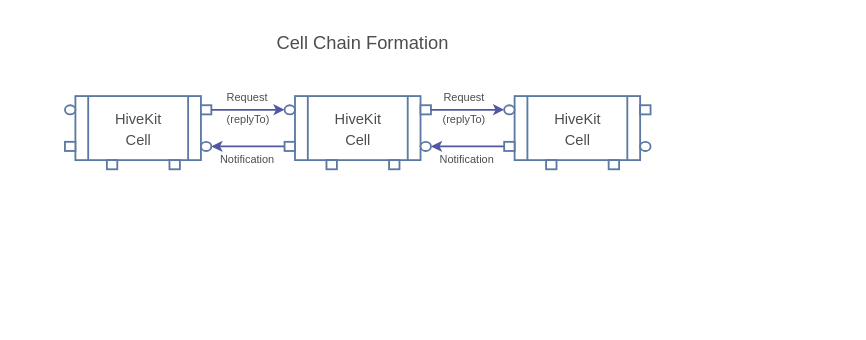
Earlier version of the draw.io diagram page "chain-formation" (3 of 9) of docs/hivekit.drawio (hiveot/hivekit). Source tidied: cells renumbered, new cells numbered last; positions are measured from the earlier drawing's top-left corner, leaving out a move shared by most shapes. Both pictures are drawn from the tidied source at 183%, with x=0, y=0 at pixel (64, 33).
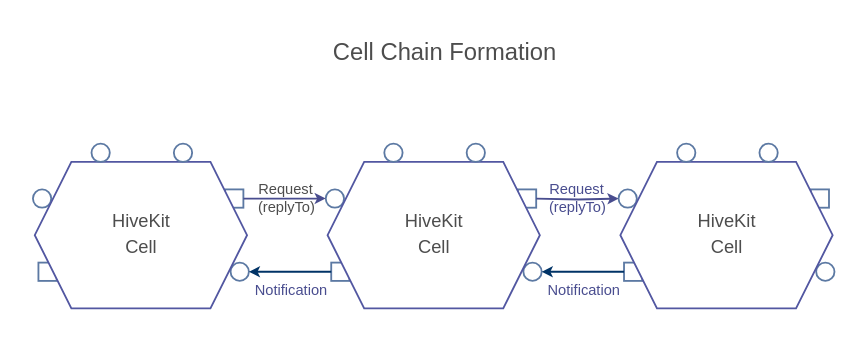
The same page after the edit.

The edit, as a diff of the source:
```diff
@@
-    <mxCell id="2" value="Notification" style="text;html=1;align=center;verticalAlign=middle;whiteSpace=wrap;rounded=0;fontSize=6;fontColor=#4D4D4D;" parent="1" vertex="1">
-      <mxGeometry x="75" y="64" width="50" height="10" as="geometry" />
-    </mxCell>
-    <mxCell id="3" value="Request" style="text;html=1;align=center;verticalAlign=middle;whiteSpace=wrap;rounded=0;fontSize=6;fontColor=#4D4D4D;" parent="1" vertex="1">
-      <mxGeometry x="75" y="30" width="50" height="10" as="geometry" />
-    </mxCell>
-    <mxCell id="4" value="Notification" style="text;html=1;align=center;verticalAlign=middle;whiteSpace=wrap;rounded=0;fontSize=6;fontColor=#4D4D4D;" parent="1" vertex="1">
-      <mxGeometry x="195" y="64" width="50" height="10" as="geometry" />
-    </mxCell>
-    <mxCell id="5" value="Request" style="text;html=1;align=center;verticalAlign=middle;whiteSpace=wrap;rounded=0;fontSize=6;fontColor=#4D4D4D;" parent="1" vertex="1">
-      <mxGeometry x="204.5" y="30" width="27" height="10" as="geometry" />
-    </mxCell>
-    <mxCell id="6" value="Cell Chain Formation" style="text;html=1;align=right;verticalAlign=middle;whiteSpace=wrap;rounded=0;fontSize=10;fontColor=#4D4D4D;" parent="1" vertex="1">
-      <mxGeometry x="108.2" width="103.5" height="10" as="geometry" />
+    <mxCell id="6" value="Cell Chain Formation" style="text;html=1;align=right;verticalAlign=middle;whiteSpace=wrap;rounded=0;fontSize=13;fontColor=#4D4D4D;" parent="1" vertex="1">
+      <mxGeometry x="108.2" width="162.8" height="20" as="geometry" />
     </mxCell>
-    <mxCell id="7" value="(replyTo)" style="text;html=1;align=center;verticalAlign=middle;whiteSpace=wrap;rounded=0;fontSize=6;fontColor=#4D4D4D;" parent="1" vertex="1">
-      <mxGeometry x="204.5" y="42" width="27" height="10" as="geometry" />
-    </mxCell>
-    <mxCell id="8" value="(replyTo)" style="text;html=1;align=center;verticalAlign=middle;whiteSpace=wrap;rounded=0;fontSize=6;fontColor=#4D4D4D;" parent="1" vertex="1">
-      <mxGeometry x="86.5" y="42" width="27" height="10" as="geometry" />
-    </mxCell>
-    <mxCell id="9" style="group;" parent="1" vertex="1">
-      <mxGeometry x="240" y="34" width="80" height="40" as="geometry" />
-    </mxCell>
-    <mxCell id="10" value="&lt;font style=&quot;font-size: 8px;&quot;&gt;HiveKit&lt;/font&gt;&lt;div&gt;&lt;span style=&quot;font-size: 8px;&quot;&gt;Cell&lt;/span&gt;&lt;/div&gt;" style="shape=process;whiteSpace=wrap;html=1;backgroundOutline=1;strokeColor=#5C79A3;fontSize=9;fontColor=#4D4D4D;" parent="9" vertex="1">
-      <mxGeometry x="5.7" width="68.6" height="35" as="geometry" />
-    </mxCell>
-    <mxCell id="11" style="html=1;rounded=0;strokeColor=#5C79A3;" parent="9" vertex="1">
-      <mxGeometry x="74.3" y="5" width="5.7" height="5" as="geometry" />
-    </mxCell>
-    <mxCell id="12" style="edgeStyle=orthogonalEdgeStyle;rounded=0;jettySize=auto;html=1;startSize=3;endSize=3;strokeColor=#5257A1;" parent="9" edge="1" source="13">
-      <mxGeometry relative="1" as="geometry">
-        <mxPoint x="-40" y="27.5" as="targetPoint" />
-      </mxGeometry>
-    </mxCell>
-    <mxCell id="13" style="html=1;rounded=0;rotation=-180;strokeColor=#5C79A3;" parent="9" vertex="1">
-      <mxGeometry y="25" width="5.7" height="5" as="geometry" />
-    </mxCell>
-    <mxCell id="14" style="html=1;rounded=0;rotation=-180;strokeColor=#5C79A3;" parent="9" vertex="1">
-      <mxGeometry x="22.9" y="35" width="5.7" height="5" as="geometry" />
-    </mxCell>
-    <mxCell id="15" style="html=1;rounded=0;rotation=-180;strokeColor=#5C79A3;" parent="9" vertex="1">
-      <mxGeometry x="57.1" y="35" width="5.7" height="5" as="geometry" />
-    </mxCell>
-    <mxCell id="16" style="ellipse;whiteSpace=wrap;html=1;strokeColor=#5C79A3;" parent="9" vertex="1">
-      <mxGeometry y="5" width="5.7" height="5" as="geometry" />
-    </mxCell>
-    <mxCell id="17" style="ellipse;whiteSpace=wrap;html=1;strokeColor=#5C79A3;" parent="9" vertex="1">
-      <mxGeometry x="74.3" y="25" width="5.7" height="5" as="geometry" />
-    </mxCell>
-    <mxCell id="18" style="group;" parent="1" vertex="1">
-      <mxGeometry x="120" y="34" width="80" height="40" as="geometry" />
-    </mxCell>
-    <mxCell id="19" value="&lt;font style=&quot;font-size: 8px;&quot;&gt;HiveKit&lt;/font&gt;&lt;div&gt;&lt;span style=&quot;font-size: 8px;&quot;&gt;Cell&lt;/span&gt;&lt;/div&gt;" style="shape=process;whiteSpace=wrap;html=1;backgroundOutline=1;strokeColor=#5C79A3;fontSize=9;fontColor=#4D4D4D;" parent="18" vertex="1">
-      <mxGeometry x="5.7" width="68.6" height="35" as="geometry" />
-    </mxCell>
-    <mxCell id="20" style="html=1;rounded=0;strokeColor=#5C79A3;" parent="18" vertex="1">
-      <mxGeometry x="74.3" y="5" width="5.7" height="5" as="geometry" />
-    </mxCell>
-    <mxCell id="21" style="edgeStyle=orthogonalEdgeStyle;rounded=0;jettySize=auto;html=1;endSize=3;startSize=3;strokeColor=#5257A1;" parent="18" edge="1" source="22">
-      <mxGeometry relative="1" as="geometry">
-        <mxPoint x="-40" y="27.5" as="targetPoint" />
-      </mxGeometry>
-    </mxCell>
-    <mxCell id="22" style="html=1;rounded=0;rotation=-180;strokeColor=#5C79A3;" parent="18" vertex="1">
-      <mxGeometry y="25" width="5.7" height="5" as="geometry" />
-    </mxCell>
-    <mxCell id="23" style="html=1;rounded=0;rotation=-180;strokeColor=#5C79A3;" parent="18" vertex="1">
-      <mxGeometry x="22.9" y="35" width="5.7" height="5" as="geometry" />
-    </mxCell>
-    <mxCell id="24" style="html=1;rounded=0;rotation=-180;strokeColor=#5C79A3;" parent="18" vertex="1">
-      <mxGeometry x="57.1" y="35" width="5.7" height="5" as="geometry" />
-    </mxCell>
-    <mxCell id="25" style="ellipse;whiteSpace=wrap;html=1;strokeColor=#5C79A3;" parent="18" vertex="1">
-      <mxGeometry y="5" width="5.7" height="5" as="geometry" />
-    </mxCell>
-    <mxCell id="26" style="ellipse;whiteSpace=wrap;html=1;strokeColor=#5C79A3;" parent="18" vertex="1">
-      <mxGeometry x="74.3" y="25" width="5.7" height="5" as="geometry" />
-    </mxCell>
-    <mxCell id="27" style="edgeStyle=orthogonalEdgeStyle;rounded=0;jettySize=auto;html=1;entryX=0;entryY=0.5;entryDx=0;entryDy=0;fontSize=10;endSize=3;strokeColor=#5257A1;" parent="1" edge="1" source="20" target="16">
-      <mxGeometry relative="1" as="geometry" />
-    </mxCell>
-    <mxCell id="28" style="group;" parent="1" vertex="1">
-      <mxGeometry y="34" width="80" height="40" as="geometry" />
-    </mxCell>
-    <mxCell id="29" value="&lt;font style=&quot;font-size: 8px;&quot;&gt;HiveKit&lt;/font&gt;&lt;div&gt;&lt;div&gt;&lt;font style=&quot;font-size: 8px;&quot;&gt;Cell&lt;/font&gt;&lt;/div&gt;&lt;/div&gt;" style="shape=process;whiteSpace=wrap;html=1;backgroundOutline=1;strokeColor=#5C79A3;fontSize=9;fontColor=#4D4D4D;" parent="28" vertex="1">
-      <mxGeometry x="5.7" width="68.6" height="35" as="geometry" />
-    </mxCell>
-    <mxCell id="30" style="html=1;rounded=0;strokeColor=#5C79A3;" parent="28" vertex="1">
-      <mxGeometry x="74.3" y="5" width="5.7" height="5" as="geometry" />
-    </mxCell>
-    <mxCell id="31" style="html=1;rounded=0;rotation=-180;strokeColor=#5C79A3;" parent="28" vertex="1">
-      <mxGeometry y="25" width="5.7" height="5" as="geometry" />
-    </mxCell>
-    <mxCell id="32" style="html=1;rounded=0;rotation=-180;strokeColor=#5C79A3;" parent="28" vertex="1">
-      <mxGeometry x="22.9" y="35" width="5.7" height="5" as="geometry" />
-    </mxCell>
-    <mxCell id="33" style="html=1;rounded=0;rotation=-180;strokeColor=#5C79A3;" parent="28" vertex="1">
-      <mxGeometry x="57.1" y="35" width="5.7" height="5" as="geometry" />
-    </mxCell>
-    <mxCell id="34" style="ellipse;whiteSpace=wrap;html=1;strokeColor=#5C79A3;" parent="28" vertex="1">
-      <mxGeometry y="5" width="5.7" height="5" as="geometry" />
-    </mxCell>
-    <mxCell id="35" style="ellipse;whiteSpace=wrap;html=1;strokeColor=#5C79A3;" parent="28" vertex="1">
-      <mxGeometry x="74.3" y="25" width="5.7" height="5" as="geometry" />
-    </mxCell>
-    <mxCell id="36" style="edgeStyle=orthogonalEdgeStyle;rounded=0;jettySize=auto;html=1;entryX=0;entryY=0.5;entryDx=0;entryDy=0;endSize=3;startSize=3;strokeColor=#5257A1;" parent="1" edge="1" source="30" target="25">
-      <mxGeometry relative="1" as="geometry" />
-    </mxCell>
+    <mxCell id="37" style="group;" parent="1" vertex="1">
+      <mxGeometry x="-17.5" y="60" width="118" height="90" as="geometry" />
+    </mxCell>
+    <mxCell id="38" style="html=1;rounded=0;rotation=-180;strokeColor=#5C79A3;" parent="37" vertex="1">
+      <mxGeometry x="3" y="65" width="10" height="10" as="geometry" />
+    </mxCell>
+    <mxCell id="39" style="ellipse;whiteSpace=wrap;html=1;strokeColor=#5C79A3;" parent="37" vertex="1">
+      <mxGeometry y="25" width="10" height="10" as="geometry" />
+    </mxCell>
+    <mxCell id="40" style="html=1;rounded=0;strokeColor=#5C79A3;" parent="37" vertex="1">
+      <mxGeometry x="105" y="25" width="10" height="10" as="geometry" />
+    </mxCell>
+    <mxCell id="41" style="ellipse;whiteSpace=wrap;html=1;strokeColor=#5C79A3;" parent="37" vertex="1">
+      <mxGeometry x="108" y="65" width="10" height="10" as="geometry" />
+    </mxCell>
+    <mxCell id="42" value="&lt;font style=&quot;color: rgb(77, 77, 77); font-size: 10px;&quot;&gt;HiveKit&lt;/font&gt;&lt;div style=&quot;font-size: 12px;&quot;&gt;&lt;font style=&quot;color: rgb(77, 77, 77); font-size: 10px;&quot;&gt;Cell&lt;/font&gt;&lt;/div&gt;" style="shape=hexagon;perimeter=hexagonPerimeter2;whiteSpace=wrap;html=1;fixedSize=1;rounded=0;glass=0;comic=0;strokeColor=#5257A1;fontSize=6;movableLabel=1;" parent="37" vertex="1">
+      <mxGeometry x="1" y="10" width="116" height="80" as="geometry" />
+    </mxCell>
+    <mxCell id="43" style="ellipse;whiteSpace=wrap;html=1;strokeColor=#5C79A3;" parent="37" vertex="1">
+      <mxGeometry x="32" width="10" height="10" as="geometry" />
+    </mxCell>
+    <mxCell id="44" style="ellipse;whiteSpace=wrap;html=1;strokeColor=#5C79A3;" parent="37" vertex="1">
+      <mxGeometry x="77" width="10" height="10" as="geometry" />
+    </mxCell>
+    <mxCell id="45" style="group;" parent="1" vertex="1">
+      <mxGeometry x="142.5" y="60" width="118" height="90" as="geometry" />
+    </mxCell>
+    <mxCell id="46" style="html=1;rounded=0;rotation=-180;strokeColor=#5C79A3;" parent="45" vertex="1">
+      <mxGeometry x="3" y="65" width="10" height="10" as="geometry" />
+    </mxCell>
+    <mxCell id="47" style="ellipse;whiteSpace=wrap;html=1;strokeColor=#5C79A3;" parent="45" vertex="1">
+      <mxGeometry y="25" width="10" height="10" as="geometry" />
+    </mxCell>
+    <mxCell id="48" style="html=1;rounded=0;strokeColor=#5C79A3;" parent="45" vertex="1">
+      <mxGeometry x="105" y="25" width="10" height="10" as="geometry" />
+    </mxCell>
+    <mxCell id="49" style="ellipse;whiteSpace=wrap;html=1;strokeColor=#5C79A3;" parent="45" vertex="1">
+      <mxGeometry x="108" y="65" width="10" height="10" as="geometry" />
+    </mxCell>
+    <mxCell id="50" value="&lt;font style=&quot;color: rgb(77, 77, 77); font-size: 10px;&quot;&gt;HiveKit&lt;/font&gt;&lt;div style=&quot;font-size: 12px;&quot;&gt;&lt;font style=&quot;color: rgb(77, 77, 77); font-size: 10px;&quot;&gt;Cell&lt;/font&gt;&lt;/div&gt;" style="shape=hexagon;perimeter=hexagonPerimeter2;whiteSpace=wrap;html=1;fixedSize=1;rounded=0;glass=0;comic=0;strokeColor=#5257A1;fontSize=6;movableLabel=1;" parent="45" vertex="1">
+      <mxGeometry x="1" y="10" width="116" height="80" as="geometry" />
+    </mxCell>
+    <mxCell id="51" style="ellipse;whiteSpace=wrap;html=1;strokeColor=#5C79A3;" parent="45" vertex="1">
+      <mxGeometry x="32" width="10" height="10" as="geometry" />
+    </mxCell>
+    <mxCell id="52" style="ellipse;whiteSpace=wrap;html=1;strokeColor=#5C79A3;" parent="45" vertex="1">
+      <mxGeometry x="77" width="10" height="10" as="geometry" />
+    </mxCell>
+    <mxCell id="53" style="edgeStyle=orthogonalEdgeStyle;rounded=0;jettySize=auto;html=1;entryX=0;entryY=0.5;entryDx=0;entryDy=0;fontColor=#3785A1;strokeColor=#494D8F;endSize=3;startSize=3;" parent="1" edge="1" source="40" target="47">
+      <mxGeometry relative="1" as="geometry" />
+    </mxCell>
+    <mxCell id="54" style="edgeStyle=orthogonalEdgeStyle;rounded=0;jettySize=auto;html=1;strokeColor=#003366;endSize=3;startSize=3;entryX=1;entryY=0.5;entryDx=0;entryDy=0;" parent="1" edge="1" source="46" target="41">
+      <mxGeometry relative="1" as="geometry" />
+    </mxCell>
+    <mxCell id="55" value="Request" style="text;html=1;align=center;verticalAlign=middle;whiteSpace=wrap;rounded=0;fontSize=8;fontColor=#4D4D4D;" parent="1" vertex="1">
+      <mxGeometry x="95.5" y="80" width="50" height="10" as="geometry" />
+    </mxCell>
+    <mxCell id="56" value="(replyTo)" style="text;html=1;align=center;verticalAlign=middle;whiteSpace=wrap;rounded=0;fontSize=8;fontColor=#4D4D4D;" parent="1" vertex="1">
+      <mxGeometry x="108.2" y="90" width="27" height="10" as="geometry" />
+    </mxCell>
+    <mxCell id="57" value="Notification" style="text;html=1;align=center;verticalAlign=middle;whiteSpace=wrap;rounded=0;fontSize=8;fontColor=#494D8F;" parent="1" vertex="1">
+      <mxGeometry x="98.5" y="135" width="50" height="10" as="geometry" />
+    </mxCell>
+    <mxCell id="58" style="group;" parent="1" vertex="1">
+      <mxGeometry x="302.5" y="60" width="118" height="90" as="geometry" />
+    </mxCell>
+    <mxCell id="59" style="html=1;rounded=0;rotation=-180;strokeColor=#5C79A3;" parent="58" vertex="1">
+      <mxGeometry x="3" y="65" width="10" height="10" as="geometry" />
+    </mxCell>
+    <mxCell id="60" style="ellipse;whiteSpace=wrap;html=1;strokeColor=#5C79A3;" parent="58" vertex="1">
+      <mxGeometry y="25" width="10" height="10" as="geometry" />
+    </mxCell>
+    <mxCell id="61" style="html=1;rounded=0;strokeColor=#5C79A3;" parent="58" vertex="1">
+      <mxGeometry x="105" y="25" width="10" height="10" as="geometry" />
+    </mxCell>
+    <mxCell id="62" style="ellipse;whiteSpace=wrap;html=1;strokeColor=#5C79A3;" parent="58" vertex="1">
+      <mxGeometry x="108" y="65" width="10" height="10" as="geometry" />
+    </mxCell>
+    <mxCell id="63" value="&lt;font style=&quot;color: rgb(77, 77, 77); font-size: 10px;&quot;&gt;HiveKit&lt;/font&gt;&lt;div style=&quot;font-size: 12px;&quot;&gt;&lt;font style=&quot;color: rgb(77, 77, 77); font-size: 10px;&quot;&gt;Cell&lt;/font&gt;&lt;/div&gt;" style="shape=hexagon;perimeter=hexagonPerimeter2;whiteSpace=wrap;html=1;fixedSize=1;rounded=0;glass=0;comic=0;strokeColor=#5257A1;fontSize=6;movableLabel=1;" parent="58" vertex="1">
+      <mxGeometry x="1" y="10" width="116" height="80" as="geometry" />
+    </mxCell>
+    <mxCell id="64" style="ellipse;whiteSpace=wrap;html=1;strokeColor=#5C79A3;" parent="58" vertex="1">
+      <mxGeometry x="32" width="10" height="10" as="geometry" />
+    </mxCell>
+    <mxCell id="65" style="ellipse;whiteSpace=wrap;html=1;strokeColor=#5C79A3;" parent="58" vertex="1">
+      <mxGeometry x="77" width="10" height="10" as="geometry" />
+    </mxCell>
+    <mxCell id="66" style="edgeStyle=orthogonalEdgeStyle;rounded=0;jettySize=auto;html=1;entryX=0;entryY=0.5;entryDx=0;entryDy=0;fontColor=#3785A1;strokeColor=#494D8F;endSize=3;startSize=3;" parent="1" edge="1" target="60">
+      <mxGeometry relative="1" as="geometry">
+        <mxPoint x="257.5" y="90" as="sourcePoint" />
+      </mxGeometry>
+    </mxCell>
+    <mxCell id="67" style="edgeStyle=orthogonalEdgeStyle;rounded=0;jettySize=auto;html=1;strokeColor=#003366;endSize=3;startSize=3;entryX=1;entryY=0.5;entryDx=0;entryDy=0;" parent="1" edge="1" source="59">
+      <mxGeometry relative="1" as="geometry">
+        <mxPoint x="260.5" y="130" as="targetPoint" />
+      </mxGeometry>
+    </mxCell>
+    <mxCell id="68" value="Request" style="text;html=1;align=center;verticalAlign=middle;whiteSpace=wrap;rounded=0;fontSize=8;fontColor=#494D8F;" parent="1" vertex="1">
+      <mxGeometry x="254.5" y="80" width="50" height="10" as="geometry" />
+    </mxCell>
+    <mxCell id="69" value="(replyTo)" style="text;html=1;align=center;verticalAlign=middle;whiteSpace=wrap;rounded=0;fontSize=8;fontColor=#494D8F;" parent="1" vertex="1">
+      <mxGeometry x="266.5" y="90" width="27" height="10" as="geometry" />
+    </mxCell>
+    <mxCell id="70" value="Notification" style="text;html=1;align=center;verticalAlign=middle;whiteSpace=wrap;rounded=0;fontSize=8;fontColor=#494D8F;" parent="1" vertex="1">
+      <mxGeometry x="258.5" y="135" width="50" height="10" as="geometry" />
+    </mxCell>
```
